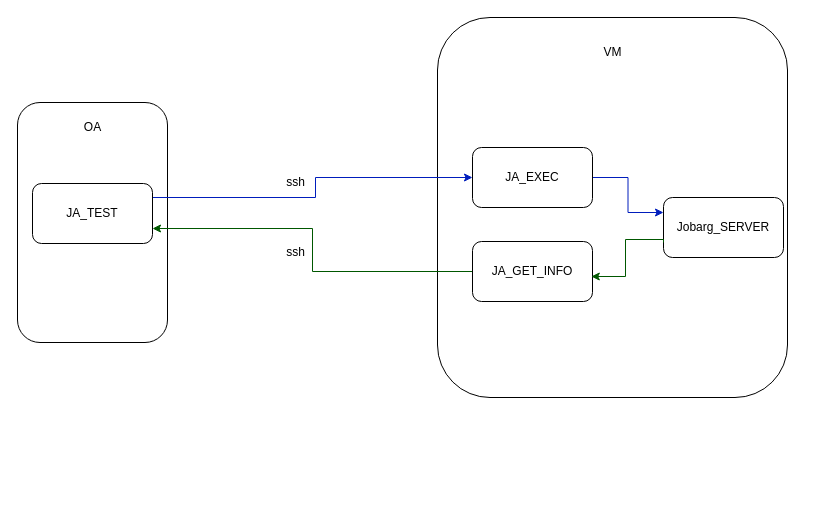
Before: doc/ja_test.drawio in zukigit/remote_run-go, a draw.io diagram. Source tidied: cells renumbered, new cells numbered last; positions are measured from the earlier drawing's top-left corner, leaving out a move shared by most shapes. Both pictures are drawn from the tidied source at 100%, with x=0, y=0 at pixel (17, 17).
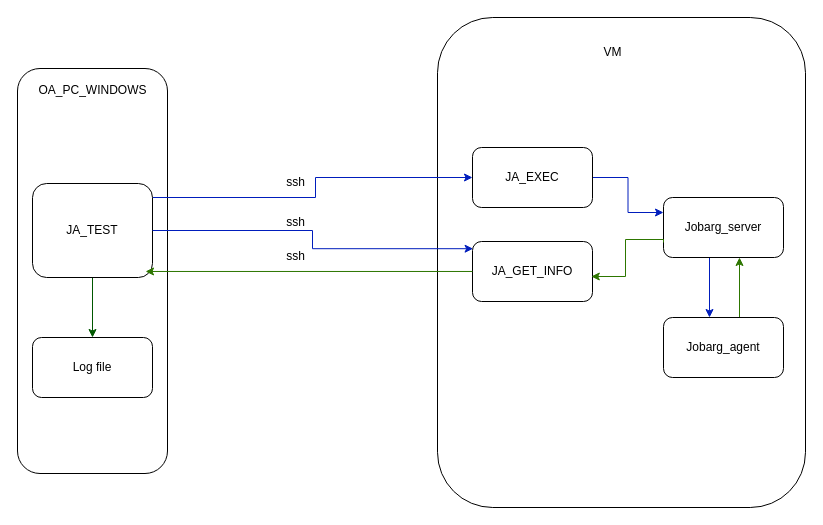
The same diagram, later.

The change refers to these unchanged cells:
```xml
<mxCell id="13" value="&lt;div&gt;JA_GET_INFO&lt;/div&gt;" style="rounded=1;whiteSpace=wrap;html=1;" parent="1" vertex="1">
  <mxGeometry x="455" y="224" width="120" height="60" as="geometry" />
</mxCell>
```

Change to the diagram source:
```diff
@@
     <mxCell id="2" value="&lt;div align=&quot;center&quot;&gt;&lt;br&gt;&lt;/div&gt;" style="rounded=1;whiteSpace=wrap;html=1;" parent="1" vertex="1">
-      <mxGeometry x="420" width="350" height="380" as="geometry" />
+      <mxGeometry x="420" width="368" height="490" as="geometry" />
     </mxCell>
     <mxCell id="3" value="&lt;div align=&quot;center&quot;&gt;&lt;br&gt;&lt;/div&gt;" style="rounded=1;whiteSpace=wrap;html=1;" parent="1" vertex="1">
-      <mxGeometry y="85" width="150" height="240" as="geometry" />
+      <mxGeometry y="51" width="150" height="405" as="geometry" />
     </mxCell>
@@
+    <mxCell id="16" style="edgeStyle=orthogonalEdgeStyle;rounded=0;jettySize=auto;html=1;entryX=0.5;entryY=0;entryDx=0;entryDy=0;fillColor=#008a00;strokeColor=#005700;" parent="1" edge="1" source="5" target="21">
+      <mxGeometry relative="1" as="geometry" />
+    </mxCell>
     <mxCell id="5" value="JA_TEST" style="rounded=1;whiteSpace=wrap;html=1;" parent="1" vertex="1">
-      <mxGeometry x="15" y="166" width="120" height="60" as="geometry" />
+      <mxGeometry x="15" y="166" width="120" height="94" as="geometry" />
     </mxCell>
-    <mxCell id="6" value="OA" style="text;html=1;align=center;verticalAlign=middle;strokeColor=none;fillColor=none;" parent="1" vertex="1">
-      <mxGeometry x="55" y="95" width="40" height="30" as="geometry" />
+    <mxCell id="6" value="OA_PC_WINDOWS" style="text;html=1;align=center;verticalAlign=middle;strokeColor=none;fillColor=none;" parent="1" vertex="1">
+      <mxGeometry x="10" y="58" width="130" height="30" as="geometry" />
     </mxCell>
@@
+    <mxCell id="17" style="edgeStyle=orthogonalEdgeStyle;rounded=0;orthogonalLoop=1;jettySize=auto;html=1;fillColor=#0050ef;strokeColor=#001DBC;" parent="1" edge="1">
+      <mxGeometry relative="1" as="geometry">
+        <mxPoint x="692" y="240" as="sourcePoint" />
+        <mxPoint x="692" y="300" as="targetPoint" />
+      </mxGeometry>
+    </mxCell>
-    <mxCell id="8" value="Jobarg_SERVER" style="rounded=1;whiteSpace=wrap;html=1;" parent="1" vertex="1">
+    <mxCell id="8" value="Jobarg_server" style="rounded=1;whiteSpace=wrap;html=1;" parent="1" vertex="1">
       <mxGeometry x="646" y="180" width="120" height="60" as="geometry" />
     </mxCell>
@@
-    <mxCell id="12" style="edgeStyle=orthogonalEdgeStyle;rounded=0;jettySize=auto;html=1;entryX=1;entryY=0.75;entryDx=0;entryDy=0;fillColor=#008a00;strokeColor=#005700;" parent="1" edge="1" source="13" target="5">
-      <mxGeometry relative="1" as="geometry" />
-    </mxCell>
@@
-    <mxCell id="14" style="edgeStyle=orthogonalEdgeStyle;rounded=0;jettySize=auto;html=1;entryX=0.99;entryY=0.4;entryDx=0;entryDy=0;entryPerimeter=0;fillColor=#008a00;strokeColor=#005700;exitX=0;exitY=0.75;exitDx=0;exitDy=0;" parent="1" edge="1" source="8">
+    <mxCell id="14" style="edgeStyle=orthogonalEdgeStyle;rounded=0;jettySize=auto;html=1;entryX=0.99;entryY=0.4;entryDx=0;entryDy=0;entryPerimeter=0;fillColor=#60a917;strokeColor=#2D7600;exitX=0;exitY=0.75;exitDx=0;exitDy=0;" parent="1" edge="1" source="8">
       <mxGeometry relative="1" as="geometry">
         <mxPoint x="573.8" y="259" as="targetPoint" />
         <Array as="points">
           <mxPoint x="646" y="222" />
           <mxPoint x="608" y="222" />
           <mxPoint x="608" y="259" />
         </Array>
       </mxGeometry>
     </mxCell>
-    <mxCell id="15" value="ssh" style="text;html=1;align=center;verticalAlign=middle;strokeColor=none;fillColor=none;" parent="1" vertex="1">
-      <mxGeometry x="258" y="220" width="40" height="30" as="geometry" />
-    </mxCell>
+    <mxCell id="18" style="edgeStyle=orthogonalEdgeStyle;rounded=0;orthogonalLoop=1;jettySize=auto;html=1;fillColor=#60a917;strokeColor=#2D7600;" parent="1" edge="1">
+      <mxGeometry relative="1" as="geometry">
+        <mxPoint x="722" y="300" as="sourcePoint" />
+        <mxPoint x="722" y="240" as="targetPoint" />
+      </mxGeometry>
+    </mxCell>
+    <mxCell id="19" value="Jobarg_agent" style="rounded=1;whiteSpace=wrap;html=1;" parent="1" vertex="1">
+      <mxGeometry x="646" y="300" width="120" height="60" as="geometry" />
+    </mxCell>
+    <mxCell id="20" style="edgeStyle=orthogonalEdgeStyle;rounded=0;orthogonalLoop=1;jettySize=auto;html=1;exitX=0.5;exitY=1;exitDx=0;exitDy=0;" parent="1" edge="1" source="8" target="8">
+      <mxGeometry relative="1" as="geometry" />
+    </mxCell>
+    <mxCell id="21" value="Log file" style="rounded=1;whiteSpace=wrap;html=1;" parent="1" vertex="1">
+      <mxGeometry x="15" y="320" width="120" height="60" as="geometry" />
+    </mxCell>
+    <mxCell id="22" value="ssh" style="text;html=1;align=center;verticalAlign=middle;strokeColor=none;fillColor=none;" parent="1" vertex="1">
+      <mxGeometry x="258" y="190" width="40" height="30" as="geometry" />
+    </mxCell>
+    <mxCell id="12" style="edgeStyle=orthogonalEdgeStyle;rounded=0;jettySize=auto;html=1;entryX=0.942;entryY=0.936;entryDx=0;entryDy=0;entryPerimeter=0;fillColor=#60a917;strokeColor=#2D7600;" parent="1" edge="1" source="13" target="5">
+      <mxGeometry relative="1" as="geometry" />
+    </mxCell>
+    <mxCell id="23" value="ssh" style="text;html=1;align=center;verticalAlign=middle;strokeColor=none;fillColor=none;" parent="1" vertex="1">
+      <mxGeometry x="258" y="224" width="40" height="30" as="geometry" />
+    </mxCell>
+    <mxCell id="24" style="edgeStyle=orthogonalEdgeStyle;rounded=0;jettySize=auto;html=1;entryX=0.005;entryY=0.12;entryDx=0;entryDy=0;entryPerimeter=0;fillColor=#0050ef;strokeColor=#001DBC;" parent="1" edge="1" source="5" target="13">
+      <mxGeometry relative="1" as="geometry" />
+    </mxCell>
```
